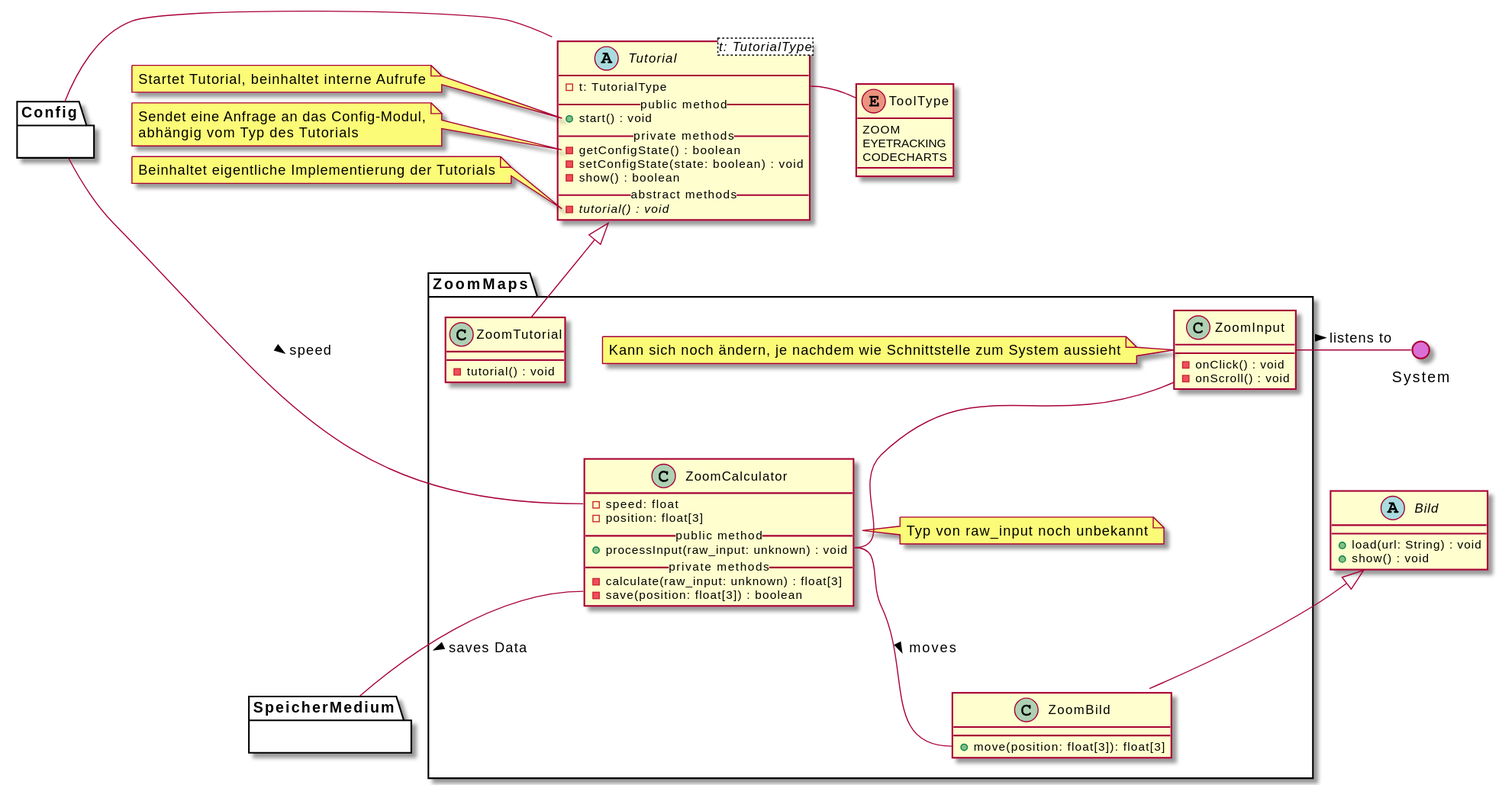
Above: meilenstein_03/uml-zoommaps/kommentiert/zoommaps-notes.svg in weichware10/meilensteine (PlantUML), before the change.
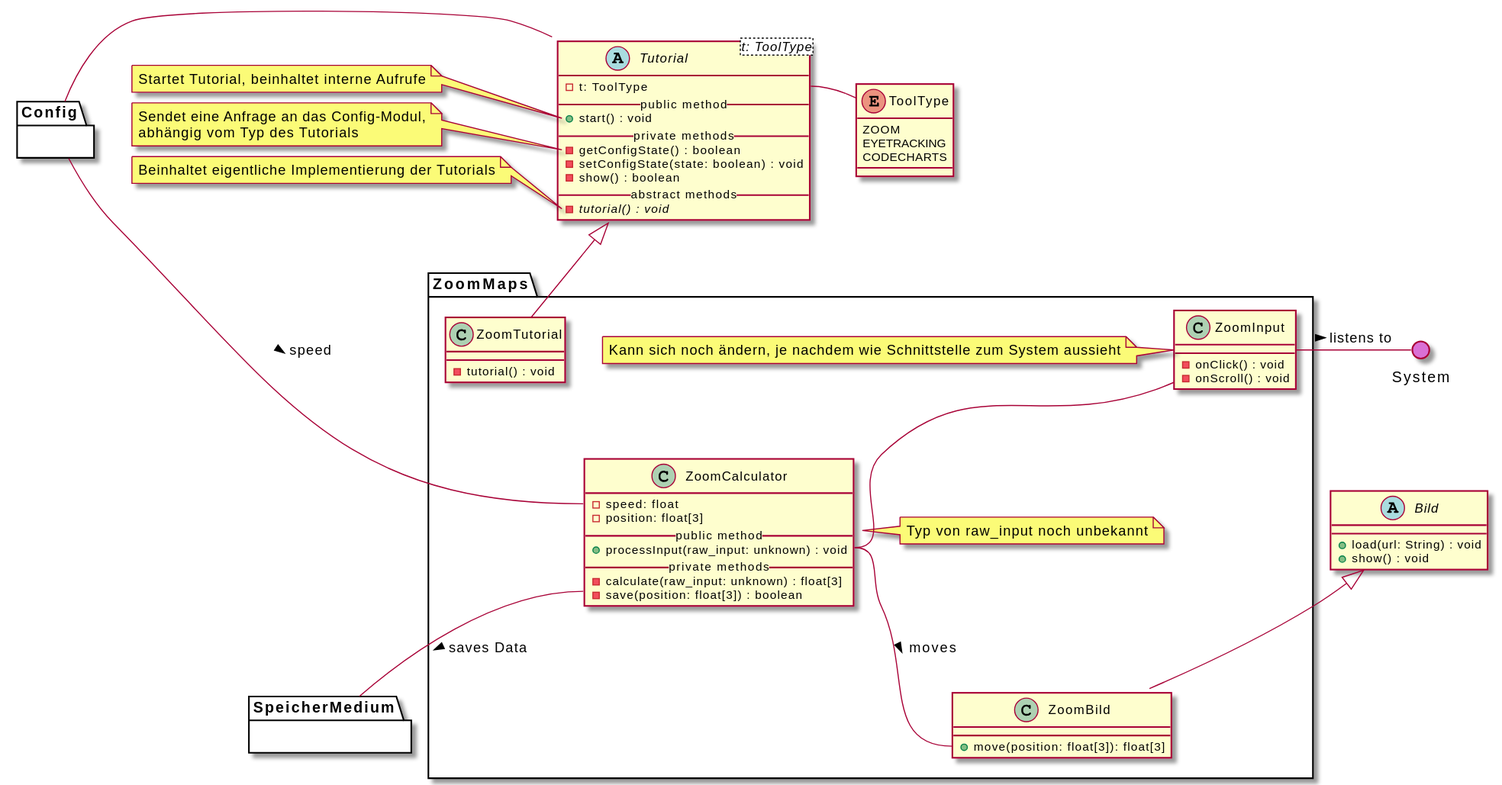
After the change.

Commit message:
Render PlantUML SVGs

Diff of the diagram source:
```diff
@@ -2,8 +2,8 @@
 () System #DA70D5
 top to bottom direction
 
-abstract Tutorial<t: TutorialType> {
-  - t: TutorialType
+abstract Tutorial<t: ToolType> {
+  - t: ToolType
   __public method__
   + start() : void
   __private methods__
```
